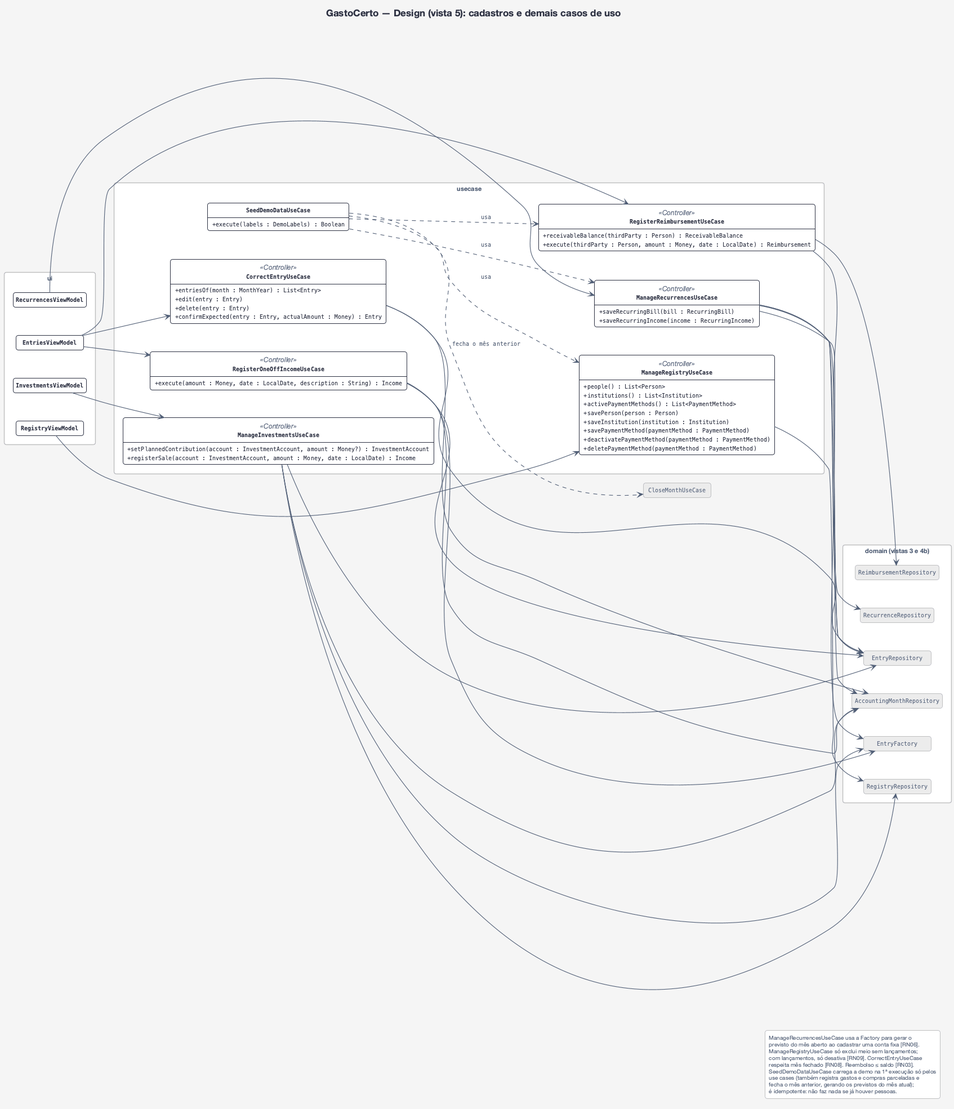
Earlier version of the PlantUML export docs/uml/design-5-cadastros.png (gabrielfbarbosa/gasto-certo).
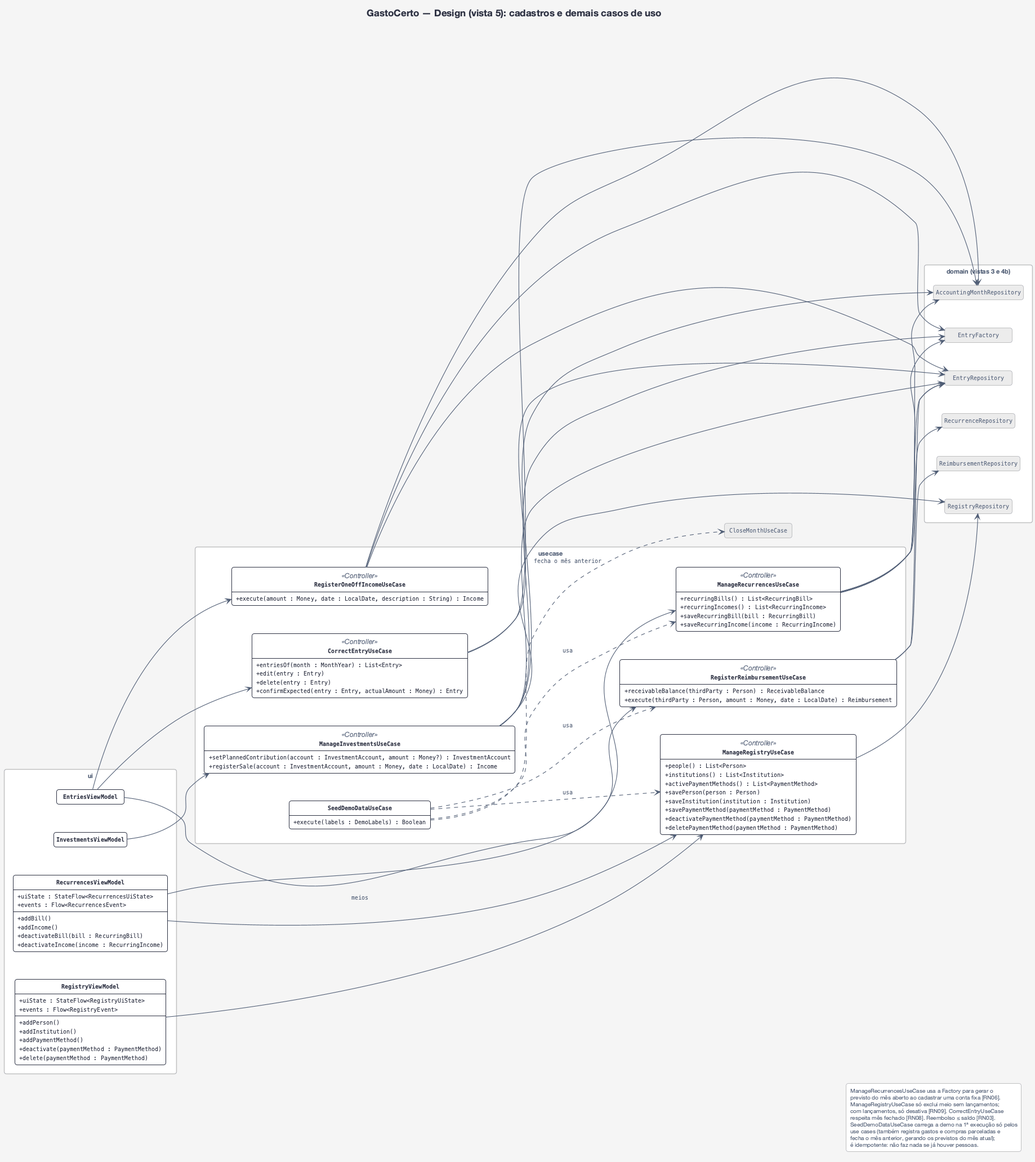
After the commit.

Diff of the diagram source:
```diff
@@ -9,8 +9,23 @@
 left to right direction
 
 package "ui" {
-  class RegistryViewModel
-  class RecurrencesViewModel
+  class RegistryViewModel {
+    + uiState : StateFlow<RegistryUiState>
+    + events : Flow<RegistryEvent>
+    + addPerson()
+    + addInstitution()
+    + addPaymentMethod()
+    + deactivate(paymentMethod : PaymentMethod)
+    + delete(paymentMethod : PaymentMethod)
+  }
+  class RecurrencesViewModel {
+    + uiState : StateFlow<RecurrencesUiState>
+    + events : Flow<RecurrencesEvent>
+    + addBill()
+    + addIncome()
+    + deactivateBill(bill : RecurringBill)
+    + deactivateIncome(income : RecurringIncome)
+  }
   class InvestmentsViewModel
   class EntriesViewModel
 }
@@ -26,6 +41,8 @@
     + deletePaymentMethod(paymentMethod : PaymentMethod)
   }
   class ManageRecurrencesUseCase <<Controller>> {
+    + recurringBills() : List<RecurringBill>
+    + recurringIncomes() : List<RecurringIncome>
     + saveRecurringBill(bill : RecurringBill)
     + saveRecurringIncome(income : RecurringIncome)
   }
@@ -62,6 +79,7 @@
 
 RegistryViewModel --> ManageRegistryUseCase
 RecurrencesViewModel --> ManageRecurrencesUseCase
+RecurrencesViewModel --> ManageRegistryUseCase : meios
 InvestmentsViewModel --> ManageInvestmentsUseCase
 EntriesViewModel --> RegisterOneOffIncomeUseCase
 EntriesViewModel --> CorrectEntryUseCase
```
